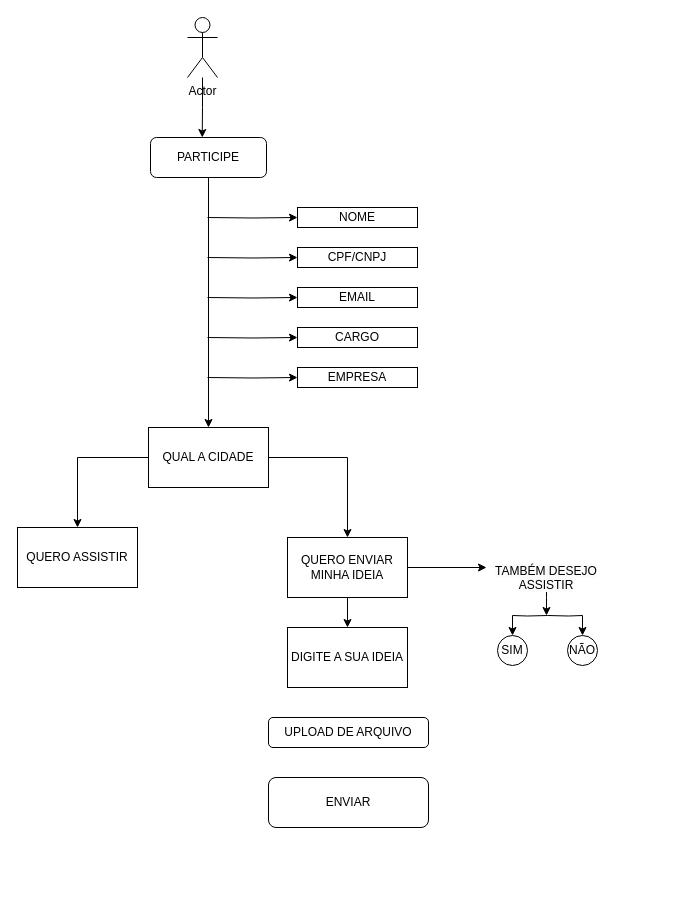
The draw.io diagram Seminario Logistica no Brasil.drawio in altcomvis/lp-logistica-no-brasil, before the edit. Source tidied: cells renumbered, new cells numbered last; positions are measured from the earlier drawing's top-left corner, leaving out a move shared by most shapes. Both pictures are drawn from the tidied source at 100%, with x=0, y=0 at pixel (17, 17).
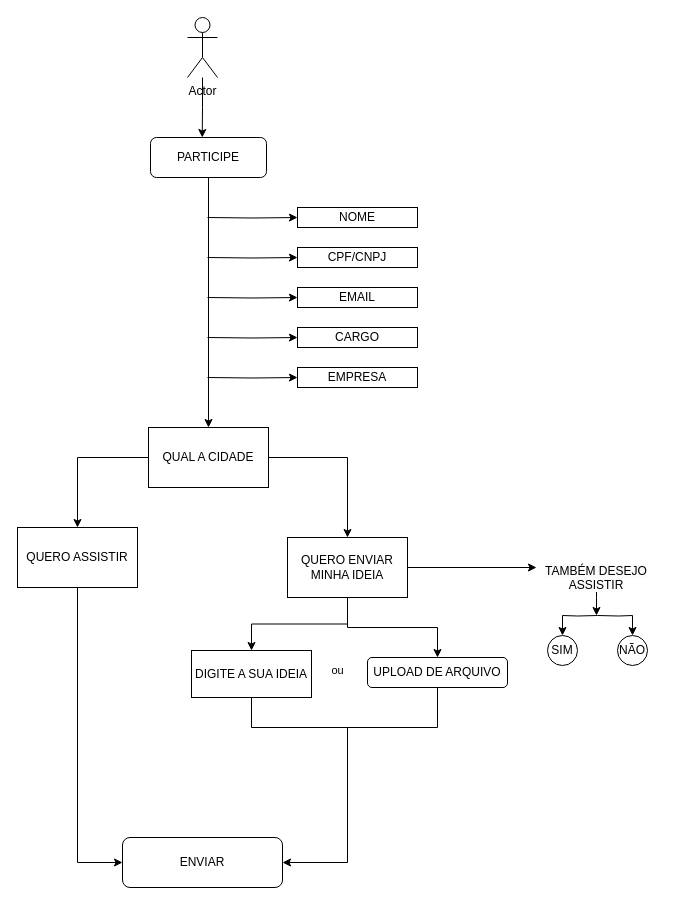
After the change.

The change refers to these unchanged cells:
```xml
<mxCell id="9" value="QUERO ASSISTIR" style="whiteSpace=wrap;html=1;" parent="1" vertex="1">
  <mxGeometry y="510" width="120" height="60" as="geometry" />
</mxCell>
<mxCell id="12" value="QUERO ENVIAR MINHA IDEIA" style="whiteSpace=wrap;html=1;" parent="1" vertex="1">
  <mxGeometry x="270" y="520" width="120" height="60" as="geometry" />
</mxCell>
```

Change to the diagram source:
```diff
@@
+    <mxCell id="32" style="edgeStyle=orthogonalEdgeStyle;rounded=0;jettySize=auto;html=1;entryX=0;entryY=0.5;entryDx=0;entryDy=0;" parent="1" edge="1" source="9" target="29">
+      <mxGeometry relative="1" as="geometry" />
+    </mxCell>
@@
+    <mxCell id="33" style="edgeStyle=orthogonalEdgeStyle;rounded=0;jettySize=auto;html=1;entryX=0.5;entryY=0;entryDx=0;entryDy=0;" parent="1" edge="1" source="12" target="28">
+      <mxGeometry relative="1" as="geometry">
+        <Array as="points">
+          <mxPoint x="330" y="610" />
+          <mxPoint x="420" y="610" />
+        </Array>
+      </mxGeometry>
+    </mxCell>
@@
     <mxCell id="13" style="edgeStyle=orthogonalEdgeStyle;rounded=0;jettySize=auto;html=1;" parent="1" edge="1" target="26">
       <mxGeometry relative="1" as="geometry">
-        <mxPoint x="530" y="598" as="sourcePoint" />
+        <mxPoint x="580" y="598" as="sourcePoint" />
       </mxGeometry>
     </mxCell>
     <mxCell id="14" style="edgeStyle=orthogonalEdgeStyle;rounded=0;jettySize=auto;html=1;entryX=0.5;entryY=0;entryDx=0;entryDy=0;" parent="1" edge="1" target="27">
       <mxGeometry relative="1" as="geometry">
-        <mxPoint x="530" y="598" as="sourcePoint" />
+        <mxPoint x="580" y="598" as="sourcePoint" />
       </mxGeometry>
     </mxCell>
@@
     <mxCell id="25" value="DIGITE A SUA IDEIA" style="whiteSpace=wrap;html=1;" parent="1" vertex="1">
-      <mxGeometry x="270" y="610" width="120" height="60" as="geometry" />
+      <mxGeometry x="174" y="633" width="120" height="47" as="geometry" />
     </mxCell>
     <mxCell id="26" value="SIM" style="ellipse;whiteSpace=wrap;html=1;" parent="1" vertex="1">
-      <mxGeometry x="480" y="618" width="30" height="30" as="geometry" />
+      <mxGeometry x="530" y="618" width="30" height="30" as="geometry" />
     </mxCell>
     <mxCell id="27" value="NÃO" style="ellipse;whiteSpace=wrap;html=1;" parent="1" vertex="1">
-      <mxGeometry x="550" y="618" width="30" height="30" as="geometry" />
+      <mxGeometry x="600" y="618" width="30" height="30" as="geometry" />
     </mxCell>
     <mxCell id="28" value="UPLOAD DE ARQUIVO" style="rounded=1;whiteSpace=wrap;html=1;" parent="1" vertex="1">
-      <mxGeometry x="251" y="700" width="160" height="30" as="geometry" />
+      <mxGeometry x="350" y="640" width="140" height="30" as="geometry" />
     </mxCell>
+    <mxCell id="34" style="edgeStyle=orthogonalEdgeStyle;rounded=0;jettySize=auto;html=1;" parent="1" edge="1" target="29">
+      <mxGeometry relative="1" as="geometry">
+        <mxPoint x="330" y="710" as="sourcePoint" />
+        <Array as="points">
+          <mxPoint x="330" y="845" />
+        </Array>
+      </mxGeometry>
+    </mxCell>
     <mxCell id="29" value="ENVIAR" style="rounded=1;whiteSpace=wrap;html=1;" parent="1" vertex="1">
-      <mxGeometry x="251" y="760" width="160" height="50" as="geometry" />
+      <mxGeometry x="105" y="820" width="160" height="50" as="geometry" />
     </mxCell>
     <mxCell id="30" style="edgeStyle=orthogonalEdgeStyle;rounded=0;jettySize=auto;html=1;" parent="1" edge="1" source="31">
       <mxGeometry relative="1" as="geometry">
-        <mxPoint x="529" y="598" as="targetPoint" />
+        <mxPoint x="579" y="598" as="targetPoint" />
       </mxGeometry>
     </mxCell>
     <mxCell id="31" value="&lt;span style=&quot;color: rgb(0, 0, 0); font-family: Helvetica; font-size: 12px; font-style: normal; font-variant-ligatures: normal; font-variant-caps: normal; font-weight: 400; letter-spacing: normal; orphans: 2; text-indent: 0px; text-transform: none; widows: 2; word-spacing: 0px; -webkit-text-stroke-width: 0px; white-space: normal; background-color: rgb(251, 251, 251); text-decoration-thickness: initial; text-decoration-style: initial; text-decoration-color: initial; float: none; display: inline !important;&quot;&gt;TAMBÉM DESEJO ASSISTIR&lt;/span&gt;" style="text;whiteSpace=wrap;html=1;align=center;" parent="1" vertex="1">
-      <mxGeometry x="469" y="540" width="120" height="20" as="geometry" />
+      <mxGeometry x="519" y="540" width="120" height="20" as="geometry" />
     </mxCell>
+    <mxCell id="35" style="endArrow=none;html=1;rounded=0;exitX=0.5;exitY=1;exitDx=0;exitDy=0;" parent="1" edge="1">
+      <mxGeometry relative="1" as="geometry">
+        <mxPoint x="234" y="680" as="sourcePoint" />
+        <mxPoint x="420" y="670" as="targetPoint" />
+        <Array as="points">
+          <mxPoint x="234" y="710" />
+          <mxPoint x="420" y="710" />
+        </Array>
+      </mxGeometry>
+    </mxCell>
+    <mxCell id="36" value="ou" style="edgeLabel;html=1;align=center;verticalAlign=middle;" parent="35" vertex="1">
+      <mxGeometry x="-0.22" y="3" relative="1" as="geometry">
+        <mxPoint x="15" y="-55" as="offset" />
+      </mxGeometry>
+    </mxCell>
```
